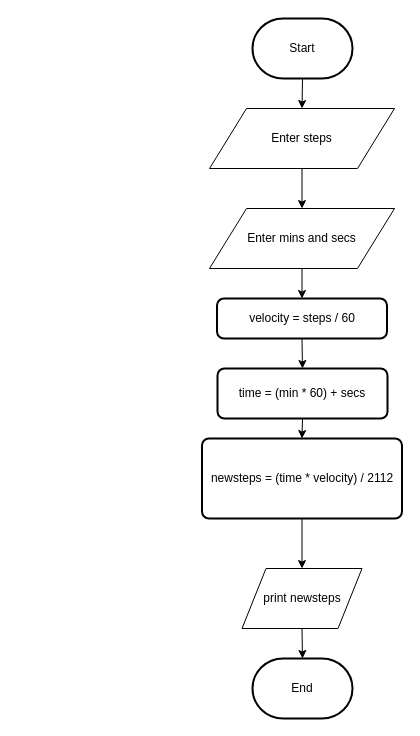
Earlier version of the draw.io diagram Runner steps.drawio (AimanFaris8900/Programming-techniques). Source tidied: cells renumbered, new cells numbered last; positions are measured from the earlier drawing's top-left corner, leaving out a move shared by most shapes. Both pictures are drawn from the tidied source at 100%, with x=0, y=0 at pixel (201, 18).
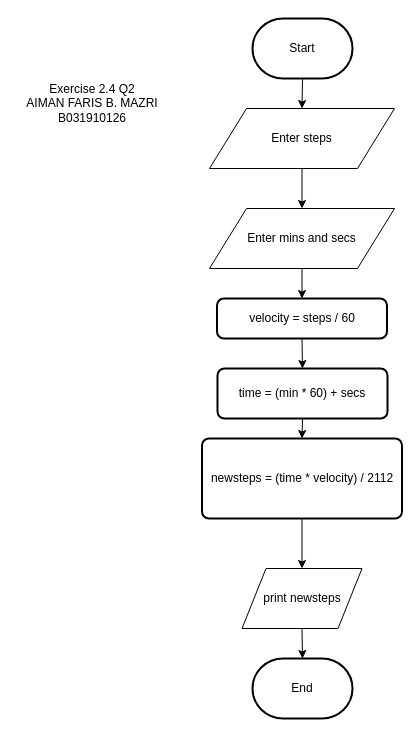
The same page after the edit.

Change to the diagram source:
```diff
@@
 <mxGraphModel>
   <root>
     <mxCell id="0" />
     <mxCell id="1" parent="0" />
     <mxCell id="2" style="edgeStyle=orthogonalEdgeStyle;rounded=0;jettySize=auto;html=1;" parent="1" edge="1" source="3" target="5">
       <mxGeometry relative="1" as="geometry" />
     </mxCell>
     <mxCell id="3" value="Enter steps" style="shape=parallelogram;perimeter=parallelogramPerimeter;whiteSpace=wrap;html=1;" parent="1" vertex="1">
       <mxGeometry x="8" y="90" width="185" height="60" as="geometry" />
     </mxCell>
     <mxCell id="4" style="edgeStyle=orthogonalEdgeStyle;rounded=0;jettySize=auto;html=1;exitX=0.5;exitY=1;exitDx=0;exitDy=0;entryX=0.5;entryY=0;entryDx=0;entryDy=0;" parent="1" edge="1" source="5" target="9">
       <mxGeometry relative="1" as="geometry" />
     </mxCell>
     <mxCell id="5" value="Enter mins and secs" style="shape=parallelogram;perimeter=parallelogramPerimeter;whiteSpace=wrap;html=1;" parent="1" vertex="1">
       <mxGeometry x="8" y="190" width="185" height="60" as="geometry" />
     </mxCell>
     <mxCell id="6" style="edgeStyle=orthogonalEdgeStyle;rounded=0;jettySize=auto;html=1;exitX=0.5;exitY=1;exitDx=0;exitDy=0;exitPerimeter=0;entryX=0.5;entryY=0;entryDx=0;entryDy=0;" parent="1" edge="1" source="7" target="3">
       <mxGeometry relative="1" as="geometry" />
     </mxCell>
     <mxCell id="7" value="Start" style="strokeWidth=2;html=1;shape=mxgraph.flowchart.terminator;whiteSpace=wrap;" parent="1" vertex="1">
       <mxGeometry x="51" width="100" height="60" as="geometry" />
     </mxCell>
     <mxCell id="8" style="edgeStyle=orthogonalEdgeStyle;rounded=0;jettySize=auto;html=1;exitX=0.5;exitY=1;exitDx=0;exitDy=0;entryX=0.5;entryY=0;entryDx=0;entryDy=0;" parent="1" edge="1" source="9" target="11">
       <mxGeometry relative="1" as="geometry" />
     </mxCell>
     <mxCell id="9" value="velocity = steps / 60" style="rounded=1;whiteSpace=wrap;html=1;absoluteArcSize=1;arcSize=14;strokeWidth=2;" parent="1" vertex="1">
       <mxGeometry x="15.5" y="280" width="170" height="40" as="geometry" />
     </mxCell>
     <mxCell id="10" style="edgeStyle=orthogonalEdgeStyle;rounded=0;jettySize=auto;html=1;exitX=0.5;exitY=1;exitDx=0;exitDy=0;entryX=0.5;entryY=0;entryDx=0;entryDy=0;" parent="1" edge="1" source="11" target="13">
       <mxGeometry relative="1" as="geometry" />
     </mxCell>
     <mxCell id="11" value="time = (min * 60) + secs" style="rounded=1;whiteSpace=wrap;html=1;absoluteArcSize=1;arcSize=14;strokeWidth=2;" parent="1" vertex="1">
       <mxGeometry x="16" y="350" width="170" height="50" as="geometry" />
     </mxCell>
     <mxCell id="12" style="edgeStyle=orthogonalEdgeStyle;rounded=0;jettySize=auto;html=1;exitX=0.5;exitY=1;exitDx=0;exitDy=0;entryX=0.5;entryY=0;entryDx=0;entryDy=0;" parent="1" edge="1" source="13" target="15">
       <mxGeometry relative="1" as="geometry" />
     </mxCell>
     <mxCell id="13" value="newsteps = (time * velocity) / 2112" style="rounded=1;whiteSpace=wrap;html=1;absoluteArcSize=1;arcSize=14;strokeWidth=2;" parent="1" vertex="1">
       <mxGeometry x="0.5" y="420" width="200" height="80" as="geometry" />
     </mxCell>
     <mxCell id="14" style="edgeStyle=orthogonalEdgeStyle;rounded=0;jettySize=auto;html=1;exitX=0.5;exitY=1;exitDx=0;exitDy=0;entryX=0.5;entryY=0;entryDx=0;entryDy=0;entryPerimeter=0;" parent="1" edge="1" source="15" target="16">
       <mxGeometry relative="1" as="geometry" />
     </mxCell>
     <mxCell id="15" value="print newsteps" style="shape=parallelogram;perimeter=parallelogramPerimeter;whiteSpace=wrap;html=1;" parent="1" vertex="1">
       <mxGeometry x="40.5" y="550" width="120" height="60" as="geometry" />
     </mxCell>
     <mxCell id="16" value="End" style="strokeWidth=2;html=1;shape=mxgraph.flowchart.terminator;whiteSpace=wrap;" parent="1" vertex="1">
       <mxGeometry x="51" y="640" width="100" height="60" as="geometry" />
     </mxCell>
+    <mxCell id="17" value="Exercise 2.4 Q2&lt;br&gt;AIMAN FARIS B. MAZRI&lt;br&gt;B031910126" style="text;html=1;strokeColor=none;fillColor=none;align=center;verticalAlign=middle;whiteSpace=wrap;rounded=0;" parent="1" vertex="1">
+      <mxGeometry x="-184" y="40" width="150" height="90" as="geometry" />
+    </mxCell>
   </root>
 </mxGraphModel>
```
